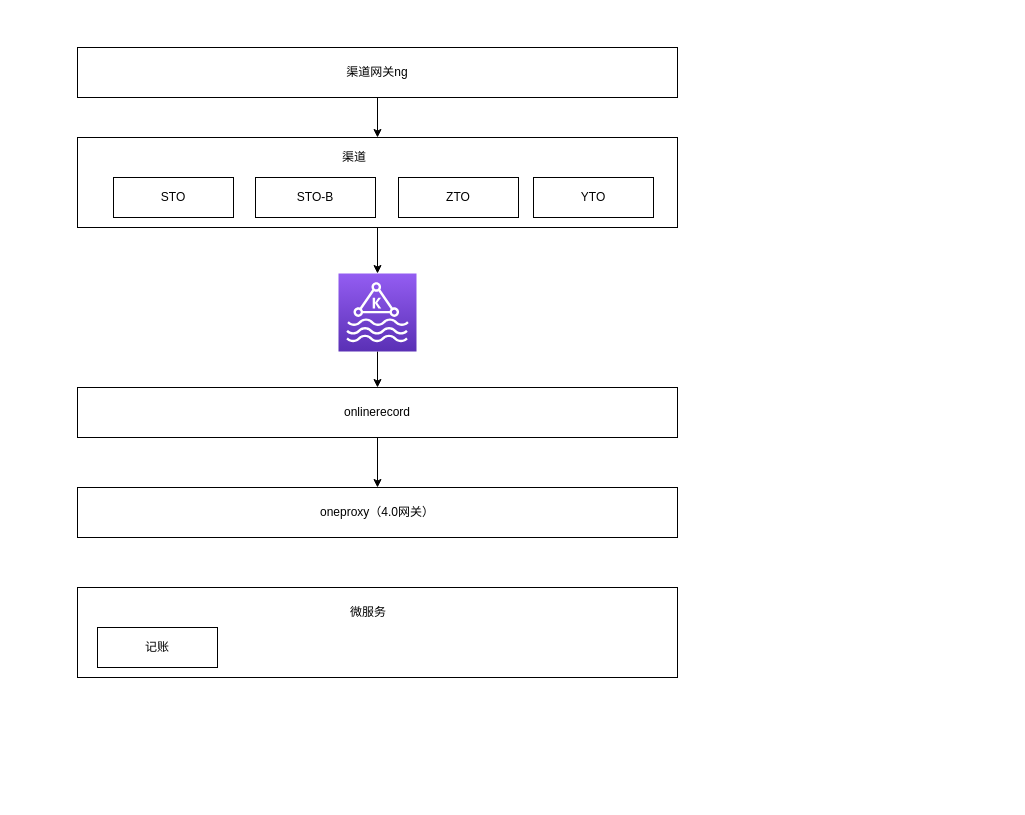
unclequentin/diagrams keeps this draw.io diagram as page "渠道账单架构" (3 of 3) of 渠道对账.drawio. Above is the earlier version. Source tidied: cells renumbered, new cells numbered last; positions are measured from the earlier drawing's top-left corner, leaving out a move shared by most shapes. Both pictures are drawn from the tidied source at 100%, with x=0, y=0 at pixel (77, 47).
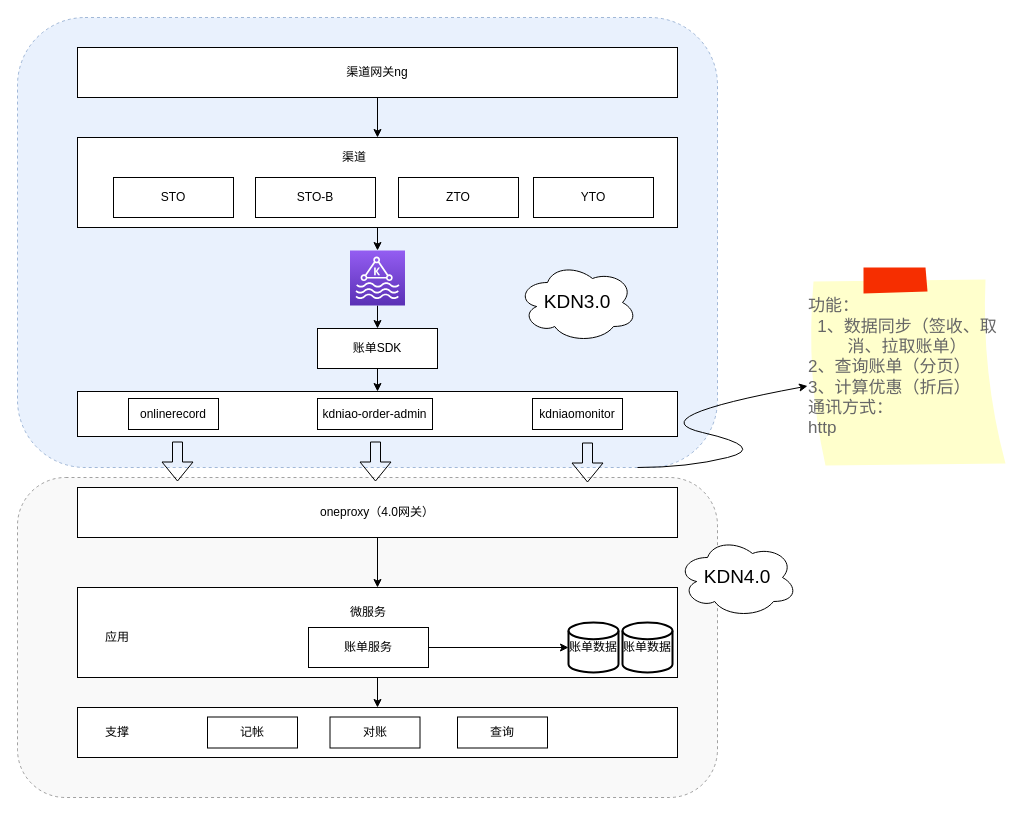
Above is the later version.

Unchanged cells that the change refers to:
```xml
<mxCell id="15" value="oneproxy（4.0网关）" style="rounded=0;whiteSpace=wrap;html=1;" parent="1" vertex="1">
  <mxGeometry y="440" width="600" height="50" as="geometry" />
</mxCell>
<mxCell id="16" style="rounded=0;whiteSpace=wrap;html=1;" parent="1" vertex="1">
  <mxGeometry y="540" width="600" height="90" as="geometry" />
</mxCell>
```

Change to the diagram source:
```diff
@@
+    <mxCell id="19" style="rounded=1;whiteSpace=wrap;html=1;dashed=1;fillColor=#f5f5f5;strokeColor=#666666;opacity=60;fontColor=#333333;" parent="1" vertex="1">
+      <mxGeometry x="-60" y="430" width="700" height="320" as="geometry" />
+    </mxCell>
+    <mxCell id="20" style="rounded=1;whiteSpace=wrap;html=1;dashed=1;fillColor=#dae8fc;strokeColor=#6c8ebf;opacity=60;" parent="1" vertex="1">
+      <mxGeometry x="-60" y="-30" width="700" height="450" as="geometry" />
+    </mxCell>
@@
-    <mxCell id="11" style="edgeStyle=orthogonalEdgeStyle;rounded=0;jettySize=auto;html=1;exitX=0.5;exitY=1;exitDx=0;exitDy=0;exitPerimeter=0;entryX=0.5;entryY=0;entryDx=0;entryDy=0;" parent="1" edge="1" source="12" target="14">
-      <mxGeometry relative="1" as="geometry" />
-    </mxCell>
+    <mxCell id="21" style="edgeStyle=orthogonalEdgeStyle;rounded=0;jettySize=auto;html=1;exitX=0.5;exitY=1;exitDx=0;exitDy=0;exitPerimeter=0;entryX=0.5;entryY=0;entryDx=0;entryDy=0;" parent="1" edge="1" source="12" target="35">
+      <mxGeometry relative="1" as="geometry" />
+    </mxCell>
     <mxCell id="12" style="sketch=0;points=[[0,0,0],[0.25,0,0],[0.5,0,0],[0.75,0,0],[1,0,0],[0,1,0],[0.25,1,0],[0.5,1,0],[0.75,1,0],[1,1,0],[0,0.25,0],[0,0.5,0],[0,0.75,0],[1,0.25,0],[1,0.5,0],[1,0.75,0]];outlineConnect=0;fontColor=#232F3E;gradientColor=#945DF2;gradientDirection=north;fillColor=#5A30B5;strokeColor=#ffffff;dashed=0;verticalLabelPosition=bottom;verticalAlign=top;align=center;html=1;fontSize=12;fontStyle=0;shape=mxgraph.aws4.resourceIcon;resIcon=mxgraph.aws4.managed_streaming_for_kafka;" parent="1" vertex="1">
-      <mxGeometry x="261" y="226" width="78" height="78" as="geometry" />
+      <mxGeometry x="272.5" y="203" width="55" height="55" as="geometry" />
     </mxCell>
-    <mxCell id="13" style="edgeStyle=orthogonalEdgeStyle;rounded=0;jettySize=auto;html=1;exitX=0.5;exitY=1;exitDx=0;exitDy=0;entryX=0.5;entryY=0;entryDx=0;entryDy=0;" parent="1" edge="1" source="14" target="15">
-      <mxGeometry relative="1" as="geometry" />
-    </mxCell>
-    <mxCell id="14" value="onlinerecord" style="rounded=0;whiteSpace=wrap;html=1;" parent="1" vertex="1">
-      <mxGeometry y="340" width="600" height="50" as="geometry" />
+    <mxCell id="14" style="rounded=0;whiteSpace=wrap;html=1;" parent="1" vertex="1">
+      <mxGeometry y="344" width="600" height="45" as="geometry" />
     </mxCell>
+    <mxCell id="22" style="edgeStyle=orthogonalEdgeStyle;rounded=0;jettySize=auto;html=1;exitX=0.5;exitY=1;exitDx=0;exitDy=0;entryX=0.5;entryY=0;entryDx=0;entryDy=0;" parent="1" edge="1" source="15" target="16">
+      <mxGeometry relative="1" as="geometry" />
+    </mxCell>
@@
+    <mxCell id="23" style="edgeStyle=orthogonalEdgeStyle;rounded=0;jettySize=auto;html=1;exitX=0.5;exitY=1;exitDx=0;exitDy=0;entryX=0.5;entryY=0;entryDx=0;entryDy=0;" parent="1" edge="1" source="16" target="41">
+      <mxGeometry relative="1" as="geometry" />
+    </mxCell>
@@
+    <mxCell id="24" style="edgeStyle=orthogonalEdgeStyle;rounded=0;jettySize=auto;html=1;exitX=1;exitY=0.5;exitDx=0;exitDy=0;entryX=0;entryY=0.5;entryDx=0;entryDy=0;entryPerimeter=0;" parent="1" edge="1" source="18" target="39">
+      <mxGeometry relative="1" as="geometry" />
+    </mxCell>
-    <mxCell id="18" value="记账" style="rounded=0;whiteSpace=wrap;html=1;" parent="1" vertex="1">
-      <mxGeometry x="20" y="580" width="120" height="40" as="geometry" />
+    <mxCell id="18" value="账单服务" style="rounded=0;whiteSpace=wrap;html=1;" parent="1" vertex="1">
+      <mxGeometry x="231" y="580" width="120" height="40" as="geometry" />
     </mxCell>
+    <mxCell id="25" style="shape=flexArrow;endArrow=classic;html=1;rounded=0;" parent="1" edge="1">
+      <mxGeometry relative="1" as="geometry">
+        <mxPoint x="100" y="394" as="sourcePoint" />
+        <mxPoint x="100" y="434" as="targetPoint" />
+      </mxGeometry>
+    </mxCell>
+    <mxCell id="26" style="shape=flexArrow;endArrow=classic;html=1;rounded=0;" parent="1" edge="1">
+      <mxGeometry relative="1" as="geometry">
+        <mxPoint x="298" y="394" as="sourcePoint" />
+        <mxPoint x="298" y="434" as="targetPoint" />
+      </mxGeometry>
+    </mxCell>
+    <mxCell id="27" style="shape=flexArrow;endArrow=classic;html=1;rounded=0;" parent="1" edge="1">
+      <mxGeometry relative="1" as="geometry">
+        <mxPoint x="510" y="395" as="sourcePoint" />
+        <mxPoint x="510" y="435" as="targetPoint" />
+      </mxGeometry>
+    </mxCell>
+    <mxCell id="28" style="ellipse;shape=cloud;whiteSpace=wrap;html=1;" parent="1" vertex="1">
+      <mxGeometry x="440" y="215" width="120" height="80" as="geometry" />
+    </mxCell>
+    <mxCell id="29" value="&lt;font style=&quot;font-size: 19px;&quot;&gt;KDN3.0&lt;/font&gt;" style="text;html=1;strokeColor=none;fillColor=none;align=center;verticalAlign=middle;whiteSpace=wrap;rounded=0;" parent="1" vertex="1">
+      <mxGeometry x="470" y="240" width="60" height="30" as="geometry" />
+    </mxCell>
+    <mxCell id="30" style="ellipse;shape=cloud;whiteSpace=wrap;html=1;" parent="1" vertex="1">
+      <mxGeometry x="600" y="490" width="120" height="80" as="geometry" />
+    </mxCell>
+    <mxCell id="31" value="&lt;font style=&quot;font-size: 19px;&quot;&gt;KDN4.0&lt;/font&gt;" style="text;html=1;strokeColor=none;fillColor=none;align=center;verticalAlign=middle;whiteSpace=wrap;rounded=0;" parent="1" vertex="1">
+      <mxGeometry x="630" y="515" width="60" height="30" as="geometry" />
+    </mxCell>
+    <mxCell id="32" value="&lt;div style=&quot;text-align: left;&quot;&gt;&lt;span style=&quot;background-color: initial;&quot;&gt;功能：&lt;/span&gt;&lt;/div&gt;1、数据同步（签收、取消、拉取账单）&lt;br&gt;&lt;div style=&quot;text-align: left;&quot;&gt;&lt;span style=&quot;background-color: initial;&quot;&gt;2、查询账单（分页）&lt;/span&gt;&lt;/div&gt;&lt;div style=&quot;text-align: left;&quot;&gt;&lt;span style=&quot;background-color: initial;&quot;&gt;3、计算优惠（折后）&lt;/span&gt;&lt;/div&gt;&lt;div style=&quot;text-align: left;&quot;&gt;通讯方式：&lt;/div&gt;&lt;div style=&quot;text-align: left;&quot;&gt;http&lt;/div&gt;" style="strokeWidth=1;shadow=0;dashed=0;align=center;html=1;shape=mxgraph.mockup.text.stickyNote2;fontColor=#666666;mainText=;fontSize=17;whiteSpace=wrap;fillColor=#ffffcc;strokeColor=#F62E00;" parent="1" vertex="1">
+      <mxGeometry x="730" y="220" width="200" height="200" as="geometry" />
+    </mxCell>
+    <mxCell id="33" style="curved=1;endArrow=classic;html=1;rounded=0;" parent="1" edge="1" target="32">
+      <mxGeometry relative="1" as="geometry">
+        <mxPoint x="560" y="420" as="sourcePoint" />
+        <Array as="points">
+          <mxPoint x="610" y="420" />
+          <mxPoint x="690" y="400" />
+          <mxPoint x="560" y="370" />
+        </Array>
+      </mxGeometry>
+    </mxCell>
+    <mxCell id="34" style="edgeStyle=orthogonalEdgeStyle;rounded=0;jettySize=auto;html=1;exitX=0.5;exitY=1;exitDx=0;exitDy=0;entryX=0.5;entryY=0;entryDx=0;entryDy=0;" parent="1" edge="1" source="35" target="14">
+      <mxGeometry relative="1" as="geometry" />
+    </mxCell>
+    <mxCell id="35" value="账单SDK" style="rounded=0;whiteSpace=wrap;html=1;" parent="1" vertex="1">
+      <mxGeometry x="240" y="281" width="120" height="40" as="geometry" />
+    </mxCell>
+    <mxCell id="36" value="onlinerecord" style="rounded=0;whiteSpace=wrap;html=1;" parent="1" vertex="1">
+      <mxGeometry x="51" y="351" width="90" height="31" as="geometry" />
+    </mxCell>
+    <mxCell id="37" value="kdniao-order-admin" style="rounded=0;whiteSpace=wrap;html=1;" parent="1" vertex="1">
+      <mxGeometry x="240" y="351" width="115" height="31" as="geometry" />
+    </mxCell>
+    <mxCell id="38" value="kdniaomonitor" style="rounded=0;whiteSpace=wrap;html=1;" parent="1" vertex="1">
+      <mxGeometry x="455" y="351" width="90" height="31" as="geometry" />
+    </mxCell>
+    <mxCell id="39" value="账单数据" style="strokeWidth=2;html=1;shape=mxgraph.flowchart.database;whiteSpace=wrap;" parent="1" vertex="1">
+      <mxGeometry x="491" y="575" width="50" height="50" as="geometry" />
+    </mxCell>
+    <mxCell id="40" value="账单数据" style="strokeWidth=2;html=1;shape=mxgraph.flowchart.database;whiteSpace=wrap;" parent="1" vertex="1">
+      <mxGeometry x="545" y="575" width="50" height="50" as="geometry" />
+    </mxCell>
+    <mxCell id="41" style="rounded=0;whiteSpace=wrap;html=1;" parent="1" vertex="1">
+      <mxGeometry y="660" width="600" height="50" as="geometry" />
+    </mxCell>
+    <mxCell id="42" value="记帐" style="rounded=0;whiteSpace=wrap;html=1;" parent="1" vertex="1">
+      <mxGeometry x="130" y="669.5" width="90" height="31" as="geometry" />
+    </mxCell>
+    <mxCell id="43" value="对账" style="rounded=0;whiteSpace=wrap;html=1;" parent="1" vertex="1">
+      <mxGeometry x="252.5" y="669.5" width="90" height="31" as="geometry" />
+    </mxCell>
+    <mxCell id="44" value="查询" style="rounded=0;whiteSpace=wrap;html=1;" parent="1" vertex="1">
+      <mxGeometry x="380" y="669.5" width="90" height="31" as="geometry" />
+    </mxCell>
+    <mxCell id="45" value="应用" style="text;html=1;strokeColor=none;fillColor=none;align=center;verticalAlign=middle;whiteSpace=wrap;rounded=0;" parent="1" vertex="1">
+      <mxGeometry x="10" y="575" width="60" height="30" as="geometry" />
+    </mxCell>
+    <mxCell id="46" value="支撑" style="text;html=1;strokeColor=none;fillColor=none;align=center;verticalAlign=middle;whiteSpace=wrap;rounded=0;" parent="1" vertex="1">
+      <mxGeometry x="10" y="669.5" width="60" height="30" as="geometry" />
+    </mxCell>
```
